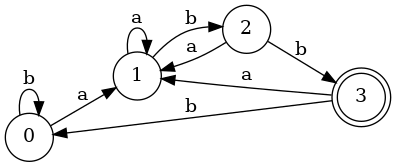
Above: dfa_output.png in x6x4/LAB2_URGENCY (Graphviz), before the change. Its source is kept beside it as dfa_output.dot. Its diagram source:
```dot
digraph DFA {
rankdir="LR"
node [shape=circle];
0 -> 1 [label="a"];
0 -> 0 [label="b"];
1 -> 1 [label="a"];
1 -> 2 [label="b"];
2 -> 1 [label="a"];
2 -> 3 [label="b"];
3 -> 1 [label="a"];
3 -> 0 [label="b"];
3[label="3"shape=doublecircle];
}
```
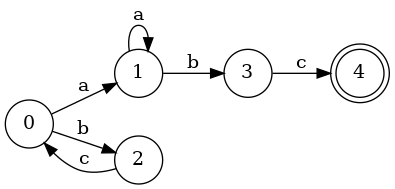
Later version of the same file.

The edit, as a diff of the source:
```diff
@@ -2,12 +2,10 @@
 rankdir="LR"
 node [shape=circle];
 0 -> 1 [label="a"];
-0 -> 0 [label="b"];
+0 -> 2 [label="b"];
 1 -> 1 [label="a"];
-1 -> 2 [label="b"];
-2 -> 1 [label="a"];
-2 -> 3 [label="b"];
-3 -> 1 [label="a"];
-3 -> 0 [label="b"];
-3[label="3"shape=doublecircle];
+1 -> 3 [label="b"];
+2 -> 0 [label="c"];
+3 -> 4 [label="c"];
+4[label="4"shape=doublecircle];
 }
```
